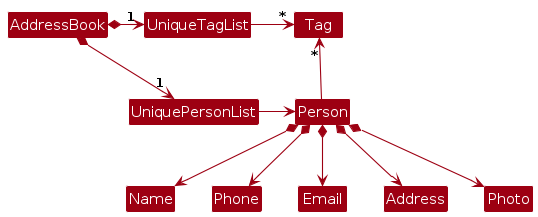
The PlantUML diagram diagrams/BetterModelClassDiagram.png in AY2526S2-CS2103-F08-4/tp, before a commit. Its source is kept beside it as diagrams/BetterModelClassDiagram.puml.
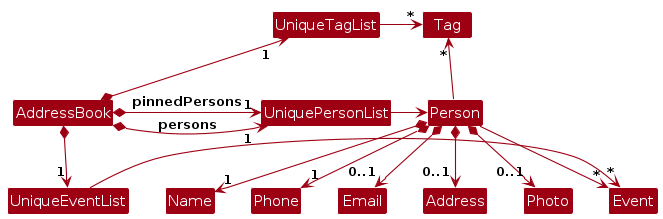
After the change.

The edit, as a diff of the source:
```diff
@@ -4,19 +4,22 @@
 skinparam arrowColor MODEL_COLOR
 skinparam classBackgroundColor MODEL_COLOR
 
-AddressBook *-right-> "1" UniquePersonList
-AddressBook *-right-> "1" UniqueTagList
-UniqueTagList -[hidden]down- UniquePersonList
-UniqueTagList -[hidden]down- UniquePersonList
+AddressBook *-right-> "1" UniquePersonList : persons
+AddressBook *-right-> "1" UniquePersonList : pinnedPersons
+AddressBook *-up-> "1" UniqueTagList
+AddressBook *-down-> "1" UniqueEventList
+UniqueTagList -[hidden]right-> UniquePersonList
 
 UniqueTagList -right-> "*" Tag
 UniquePersonList -right-> Person
+UniqueEventList -right-> "*" Event
 
 Person -up-> "*" Tag
+Person --> "*" Event
 
-Person *--> Name
-Person *--> Phone
-Person *--> Email
-Person *--> Address
-Person *--> Photo
+Person *--> "1" Name
+Person *--> "1" Phone
+Person *--> "0..1" Email
+Person *--> "0..1" Address
+Person *--> "0..1" Photo
 @enduml
```
